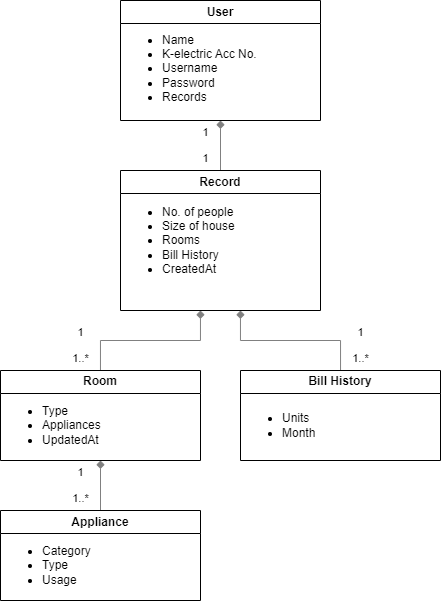
Earlier version of the draw.io export images/data.png (insane-kaavish/Kaavish-SRS). Source tidied: cells renumbered, new cells last; positions are measured from the earlier drawing's top-left corner, leaving out a move shared by most shapes.
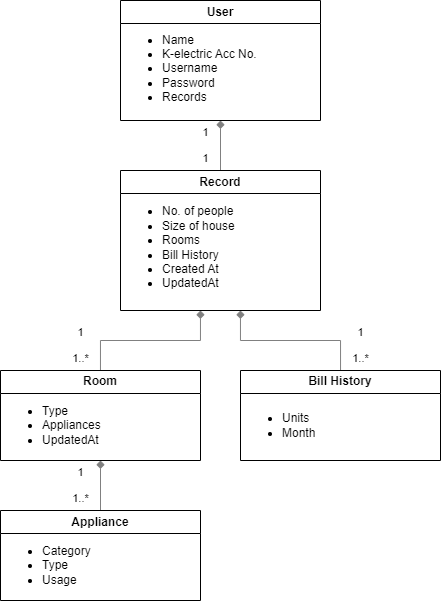
Later version of the same file.

Commit message:
Added coding standards, vc and documentation

What changed in the source:
```diff
@@ -24,8 +24,8 @@
     <mxCell id="5" value="Record" style="swimlane;whiteSpace=wrap;html=1;" parent="1" vertex="1">
       <mxGeometry x="120" y="170" width="200" height="140" as="geometry" />
     </mxCell>
-    <mxCell id="6" value="&lt;ul&gt;&lt;li&gt;No. of people&lt;/li&gt;&lt;li&gt;Size of house&lt;/li&gt;&lt;li&gt;Rooms&lt;/li&gt;&lt;li&gt;Bill History&lt;/li&gt;&lt;li&gt;CreatedAt&lt;/li&gt;&lt;/ul&gt;" style="text;html=1;align=left;verticalAlign=middle;strokeColor=none;fillColor=none;" parent="5" vertex="1">
-      <mxGeometry y="15" width="140" height="110" as="geometry" />
+    <mxCell id="6" value="&lt;ul&gt;&lt;li&gt;No. of people&lt;/li&gt;&lt;li&gt;Size of house&lt;/li&gt;&lt;li&gt;Rooms&lt;/li&gt;&lt;li&gt;Bill History&lt;/li&gt;&lt;li&gt;Created At&lt;/li&gt;&lt;li&gt;UpdatedAt&lt;/li&gt;&lt;/ul&gt;" style="text;html=1;align=left;verticalAlign=middle;strokeColor=none;fillColor=none;" parent="5" vertex="1">
+      <mxGeometry y="17" width="140" height="120" as="geometry" />
     </mxCell>
     <mxCell id="7" value="User" style="swimlane;whiteSpace=wrap;html=1;" parent="1" vertex="1">
       <mxGeometry x="120" width="200" height="120" as="geometry" />
```
